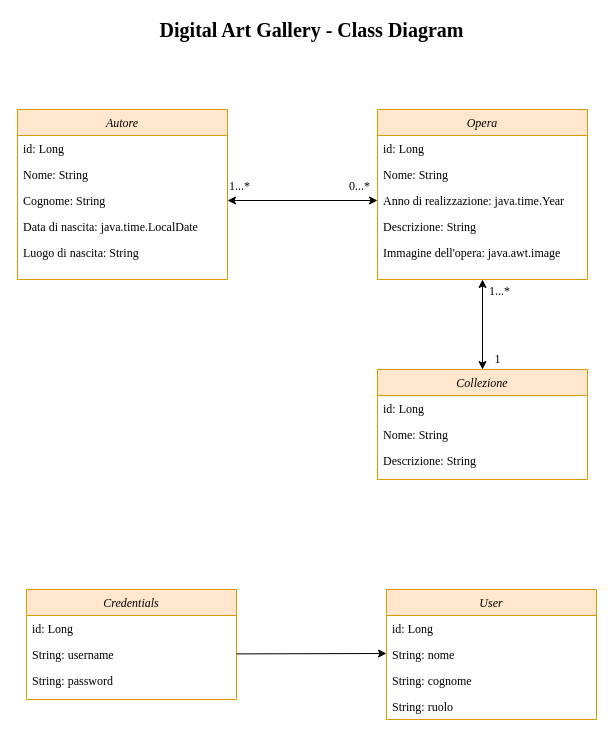
This is SIW-Digital-Art-Gallery-2022-Class_Diagram/SIW_Digital_Art_Gallery-Class_Diagram.drawio from DavideTedesco/SIW-Digital-Art-Gallery-2022, a draw.io file, before an edit. Source tidied: cells renumbered, new cells numbered last; positions are measured from the earlier drawing's top-left corner, leaving out a move shared by most shapes. Both pictures are drawn from the tidied source at 100%, with x=0, y=0 at pixel (17, 19).
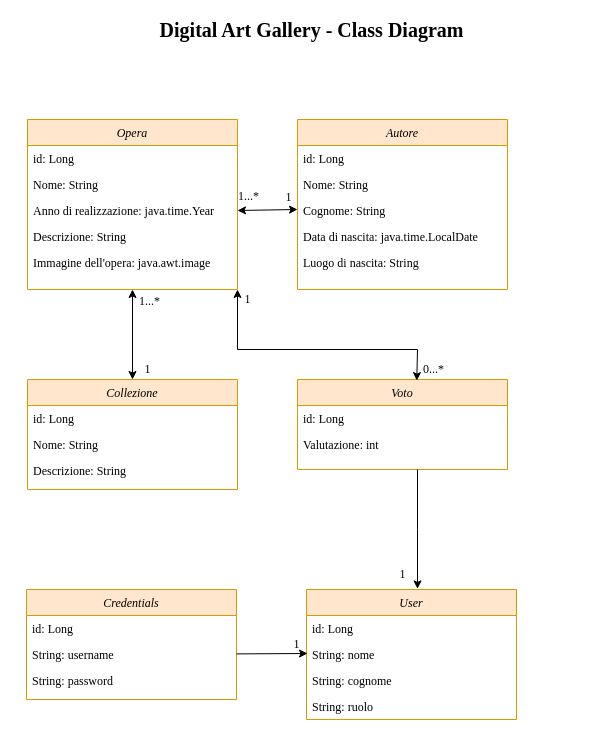
The same diagram, later.

Commit message (it also covers changes not shown here):
modified class diagram

The change refers to these unchanged cells:
```xml
<mxCell id="5" value="Cognome: String" style="text;align=left;verticalAlign=top;spacingLeft=4;spacingRight=4;overflow=hidden;points=[[0,0.5],[1,0.5]];portConstraint=eastwest;fontFamily=Garamond;" parent="2" vertex="1">
  <mxGeometry y="78" width="210" height="26" as="geometry" />
</mxCell>
<mxCell id="11" value="Anno di realizzazione: java.time.Year" style="text;align=left;verticalAlign=top;spacingLeft=4;spacingRight=4;overflow=hidden;points=[[0,0.5],[1,0.5]];portConstraint=eastwest;fontFamily=Garamond;" parent="8" vertex="1">
  <mxGeometry y="78" width="210" height="26" as="geometry" />
</mxCell>
```

Diff of the diagram source:
```diff
@@
     <mxCell id="2" value="Autore" style="swimlane;fontStyle=2;align=center;verticalAlign=top;horizontal=1;startSize=26;rounded=0;shadow=0;strokeWidth=1;fillColor=#ffe6cc;strokeColor=#d79b00;fontFamily=Garamond;" parent="1" vertex="1">
-      <mxGeometry y="90" width="210" height="170" as="geometry" />
+      <mxGeometry x="280" y="100" width="210" height="170" as="geometry" />
     </mxCell>
@@
     <mxCell id="8" value="Opera" style="swimlane;fontStyle=2;align=center;verticalAlign=top;horizontal=1;startSize=26;rounded=0;shadow=0;strokeWidth=1;fillColor=#ffe6cc;strokeColor=#d79b00;fontFamily=Garamond;" parent="1" vertex="1">
-      <mxGeometry x="360" y="90" width="210" height="170" as="geometry" />
+      <mxGeometry x="10" y="100" width="210" height="170" as="geometry" />
     </mxCell>
@@
     <mxCell id="14" value="1...*" style="align=left;verticalAlign=bottom;labelBackgroundColor=none;fontSize=12;fontFamily=Garamond;" parent="1" vertex="1">
-      <mxGeometry x="210" y="175" as="geometry" />
+      <mxGeometry x="219" y="185" as="geometry" />
     </mxCell>
@@
     <mxCell id="19" value="User" style="swimlane;fontStyle=2;align=center;verticalAlign=top;horizontal=1;startSize=26;rounded=0;shadow=0;strokeWidth=1;fillColor=#ffe6cc;strokeColor=#d79b00;fontFamily=Garamond;" parent="1" vertex="1">
-      <mxGeometry x="369" y="570" width="210" height="130" as="geometry" />
+      <mxGeometry x="289" y="570" width="210" height="130" as="geometry" />
     </mxCell>
@@
     <mxCell id="24" style="endArrow=classic;shadow=0;strokeWidth=1;rounded=0;endFill=1;edgeStyle=elbowEdgeStyle;elbow=vertical;fontFamily=Garamond;" parent="1" edge="1">
       <mxGeometry x="0.5" y="41" relative="1" as="geometry">
         <mxPoint x="219" y="634.4" as="sourcePoint" />
-        <mxPoint x="369" y="634.4" as="targetPoint" />
+        <mxPoint x="290" y="634" as="targetPoint" />
         <mxPoint x="-40" y="32" as="offset" />
       </mxGeometry>
     </mxCell>
     <mxCell id="25" value="Collezione" style="swimlane;fontStyle=2;align=center;verticalAlign=top;horizontal=1;startSize=26;rounded=0;shadow=0;strokeWidth=1;fillColor=#ffe6cc;strokeColor=#d79b00;fontFamily=Garamond;" parent="1" vertex="1">
-      <mxGeometry x="360" y="350" width="210" height="110" as="geometry" />
+      <mxGeometry x="10" y="360" width="210" height="110" as="geometry" />
     </mxCell>
@@
-    <mxCell id="30" style="endArrow=classic;startArrow=classic;html=1;rounded=0;fontFamily=Garamond;entryX=0;entryY=0.5;entryDx=0;entryDy=0;exitX=1;exitY=0.5;exitDx=0;exitDy=0;" parent="1" edge="1" source="5" target="11">
-      <mxGeometry relative="1" as="geometry" />
+    <mxCell id="30" style="endArrow=classic;startArrow=classic;html=1;rounded=0;fontFamily=Garamond;" parent="1" edge="1">
+      <mxGeometry relative="1" as="geometry">
+        <mxPoint x="280" y="190" as="sourcePoint" />
+        <mxPoint x="220" y="191" as="targetPoint" />
+      </mxGeometry>
     </mxCell>
-    <mxCell id="31" value="0...*" style="align=left;verticalAlign=bottom;labelBackgroundColor=none;fontSize=12;fontFamily=Garamond;" parent="1" vertex="1">
-      <mxGeometry x="330" y="175" as="geometry" />
-    </mxCell>
     <mxCell id="32" value="1...*" style="align=left;verticalAlign=bottom;labelBackgroundColor=none;fontSize=12;fontFamily=Garamond;" parent="1" vertex="1">
-      <mxGeometry x="470" y="280" as="geometry" />
+      <mxGeometry x="120" y="290" as="geometry" />
     </mxCell>
     <mxCell id="33" value="1" style="text;html=1;align=center;verticalAlign=middle;fillColor=none;strokeColor=none;rounded=0;fontFamily=Garamond;" parent="1" vertex="1">
-      <mxGeometry x="470" y="330" width="20" height="20" as="geometry" />
+      <mxGeometry x="120" y="340" width="20" height="20" as="geometry" />
     </mxCell>
@@
+    <mxCell id="35" value="Voto" style="swimlane;fontStyle=2;align=center;verticalAlign=top;horizontal=1;startSize=26;rounded=0;shadow=0;strokeWidth=1;fillColor=#ffe6cc;strokeColor=#d79b00;fontFamily=Garamond;" parent="1" vertex="1">
+      <mxGeometry x="280" y="360" width="210" height="90" as="geometry" />
+    </mxCell>
+    <mxCell id="36" value="id: Long" style="text;align=left;verticalAlign=top;spacingLeft=4;spacingRight=4;overflow=hidden;fontFamily=Garamond;" parent="35" vertex="1">
+      <mxGeometry y="26" width="210" height="26" as="geometry" />
+    </mxCell>
+    <mxCell id="37" value="Valutazione: int" style="text;align=left;verticalAlign=top;spacingLeft=4;spacingRight=4;overflow=hidden;fontFamily=Garamond;" parent="35" vertex="1">
+      <mxGeometry y="52" width="210" height="26" as="geometry" />
+    </mxCell>
+    <mxCell id="38" style="endArrow=classic;shadow=0;strokeWidth=1;rounded=0;endFill=1;edgeStyle=elbowEdgeStyle;elbow=vertical;fontFamily=Garamond;" parent="1" edge="1">
+      <mxGeometry x="0.5" y="41" relative="1" as="geometry">
+        <mxPoint x="400" y="450" as="sourcePoint" />
+        <mxPoint x="400" y="569.4" as="targetPoint" />
+        <mxPoint x="-40" y="32" as="offset" />
+      </mxGeometry>
+    </mxCell>
+    <mxCell id="31" value="0...*" style="align=left;verticalAlign=bottom;labelBackgroundColor=none;fontSize=12;fontFamily=Garamond;" parent="1" vertex="1">
+      <mxGeometry x="90" y="300" as="geometry">
+        <mxPoint x="314" y="58" as="offset" />
+      </mxGeometry>
+    </mxCell>
+    <mxCell id="39" value="1" style="text;html=1;align=center;verticalAlign=middle;fillColor=none;strokeColor=none;rounded=0;fontFamily=Garamond;" parent="1" vertex="1">
+      <mxGeometry x="375" y="545" width="20" height="20" as="geometry" />
+    </mxCell>
+    <mxCell id="40" style="endArrow=classic;startArrow=classic;html=1;rounded=0;entryX=0.568;entryY=0.012;entryDx=0;entryDy=0;entryPerimeter=0;exitX=1;exitY=1;exitDx=0;exitDy=0;" parent="1" edge="1" source="8" target="35">
+      <mxGeometry relative="1" as="geometry">
+        <Array as="points">
+          <mxPoint x="220" y="330" />
+          <mxPoint x="400" y="330" />
+        </Array>
+      </mxGeometry>
+    </mxCell>
+    <mxCell id="41" value="1" style="text;html=1;align=center;verticalAlign=middle;fillColor=none;strokeColor=none;rounded=0;fontFamily=Garamond;" parent="1" vertex="1">
+      <mxGeometry x="261" y="168" width="20" height="20" as="geometry" />
+    </mxCell>
+    <mxCell id="42" value="1" style="text;html=1;align=center;verticalAlign=middle;fillColor=none;strokeColor=none;rounded=0;fontFamily=Garamond;" parent="1" vertex="1">
+      <mxGeometry x="220" y="270" width="20" height="20" as="geometry" />
+    </mxCell>
+    <mxCell id="43" value="1" style="text;html=1;align=center;verticalAlign=middle;fillColor=none;strokeColor=none;rounded=0;fontFamily=Garamond;" parent="1" vertex="1">
+      <mxGeometry x="269" y="615" width="20" height="20" as="geometry" />
+    </mxCell>
```
